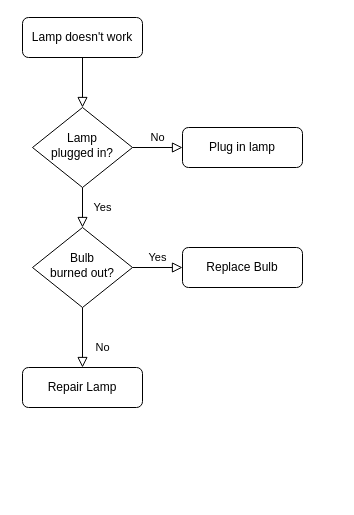
Earlier version of the draw.io diagram Lâmpada.drawio (giannycabral/EBAC-CURSO-PROGRAMA-O). Source tidied: cells renumbered, new cells numbered last; positions are measured from the earlier drawing's top-left corner, leaving out a move shared by most shapes. Both pictures are drawn from the tidied source at 100%, with x=0, y=0 at pixel (22, 17).
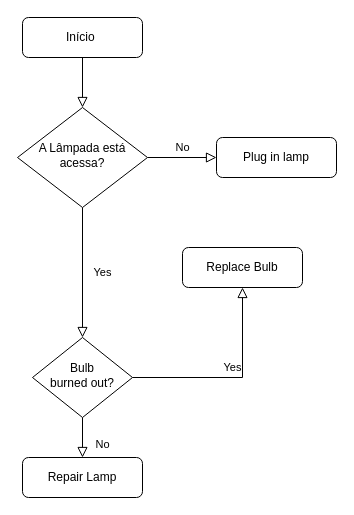
The same diagram, later.

The edit, as a diff of the source:
```diff
@@
 <mxGraphModel>
   <root>
     <mxCell id="0" />
     <mxCell id="1" parent="0" />
     <mxCell id="2" style="rounded=0;html=1;jettySize=auto;fontSize=11;endArrow=block;endFill=0;endSize=8;strokeWidth=1;shadow=0;labelBackgroundColor=none;edgeStyle=orthogonalEdgeStyle;" parent="1" edge="1" source="3" target="6">
       <mxGeometry relative="1" as="geometry" />
     </mxCell>
-    <mxCell id="3" value="Lamp doesn't work" style="rounded=1;whiteSpace=wrap;html=1;fontSize=12;glass=0;strokeWidth=1;shadow=0;" parent="1" vertex="1">
+    <mxCell id="3" value="Início&amp;nbsp;" style="rounded=1;whiteSpace=wrap;html=1;fontSize=12;glass=0;strokeWidth=1;shadow=0;" parent="1" vertex="1">
       <mxGeometry width="120" height="40" as="geometry" />
     </mxCell>
     <mxCell id="4" value="Yes" style="rounded=0;html=1;jettySize=auto;fontSize=11;endArrow=block;endFill=0;endSize=8;strokeWidth=1;shadow=0;labelBackgroundColor=none;edgeStyle=orthogonalEdgeStyle;" parent="1" edge="1" source="6" target="10">
       <mxGeometry y="20" relative="1" as="geometry" />
     </mxCell>
     <mxCell id="5" value="No" style="edgeStyle=orthogonalEdgeStyle;rounded=0;html=1;jettySize=auto;fontSize=11;endArrow=block;endFill=0;endSize=8;strokeWidth=1;shadow=0;labelBackgroundColor=none;" parent="1" edge="1" source="6" target="7">
       <mxGeometry y="10" relative="1" as="geometry" />
     </mxCell>
-    <mxCell id="6" value="Lamp&lt;br&gt;plugged in?" style="rhombus;whiteSpace=wrap;html=1;shadow=0;fontFamily=Helvetica;fontSize=12;align=center;strokeWidth=1;spacing=6;spacingTop=-4;" parent="1" vertex="1">
-      <mxGeometry x="10" y="90" width="100" height="80" as="geometry" />
+    <mxCell id="6" value="A Lâmpada está acessa?" style="rhombus;whiteSpace=wrap;html=1;shadow=0;fontFamily=Helvetica;fontSize=12;align=center;strokeWidth=1;spacing=6;spacingTop=-4;" parent="1" vertex="1">
+      <mxGeometry x="-5" y="90" width="130" height="100" as="geometry" />
     </mxCell>
     <mxCell id="7" value="Plug in lamp" style="rounded=1;whiteSpace=wrap;html=1;fontSize=12;glass=0;strokeWidth=1;shadow=0;" parent="1" vertex="1">
-      <mxGeometry x="160" y="110" width="120" height="40" as="geometry" />
+      <mxGeometry x="194" y="120" width="120" height="40" as="geometry" />
     </mxCell>
     <mxCell id="8" value="No" style="rounded=0;html=1;jettySize=auto;fontSize=11;endArrow=block;endFill=0;endSize=8;strokeWidth=1;shadow=0;labelBackgroundColor=none;edgeStyle=orthogonalEdgeStyle;" parent="1" edge="1" source="10" target="11">
       <mxGeometry x="0.33" y="20" relative="1" as="geometry" />
     </mxCell>
     <mxCell id="9" value="Yes" style="edgeStyle=orthogonalEdgeStyle;rounded=0;html=1;jettySize=auto;fontSize=11;endArrow=block;endFill=0;endSize=8;strokeWidth=1;shadow=0;labelBackgroundColor=none;" parent="1" edge="1" source="10" target="12">
       <mxGeometry y="10" relative="1" as="geometry" />
     </mxCell>
     <mxCell id="10" value="Bulb&lt;br&gt;burned out?" style="rhombus;whiteSpace=wrap;html=1;shadow=0;fontFamily=Helvetica;fontSize=12;align=center;strokeWidth=1;spacing=6;spacingTop=-4;" parent="1" vertex="1">
-      <mxGeometry x="10" y="210" width="100" height="80" as="geometry" />
+      <mxGeometry x="10" y="320" width="100" height="80" as="geometry" />
     </mxCell>
     <mxCell id="11" value="Repair Lamp" style="rounded=1;whiteSpace=wrap;html=1;fontSize=12;glass=0;strokeWidth=1;shadow=0;" parent="1" vertex="1">
-      <mxGeometry y="350" width="120" height="40" as="geometry" />
+      <mxGeometry y="440" width="120" height="40" as="geometry" />
     </mxCell>
     <mxCell id="12" value="Replace Bulb" style="rounded=1;whiteSpace=wrap;html=1;fontSize=12;glass=0;strokeWidth=1;shadow=0;" parent="1" vertex="1">
       <mxGeometry x="160" y="230" width="120" height="40" as="geometry" />
     </mxCell>
   </root>
 </mxGraphModel>
```
